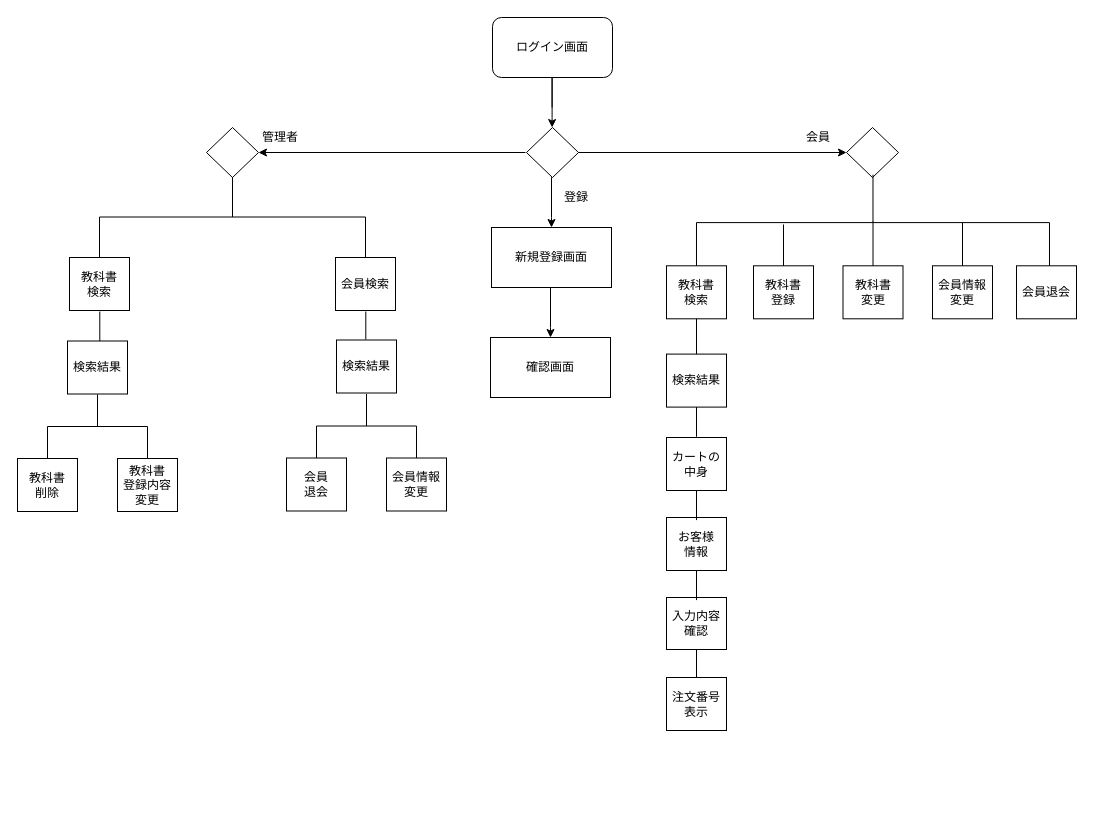
Earlier version of the draw.io diagram 画面遷移図.drawio (2022java42-student022/document). Source tidied: cells renumbered, new cells numbered last; positions are measured from the earlier drawing's top-left corner, leaving out a move shared by most shapes. Both pictures are drawn from the tidied source at 100%, with x=0, y=0 at pixel (17, 17).
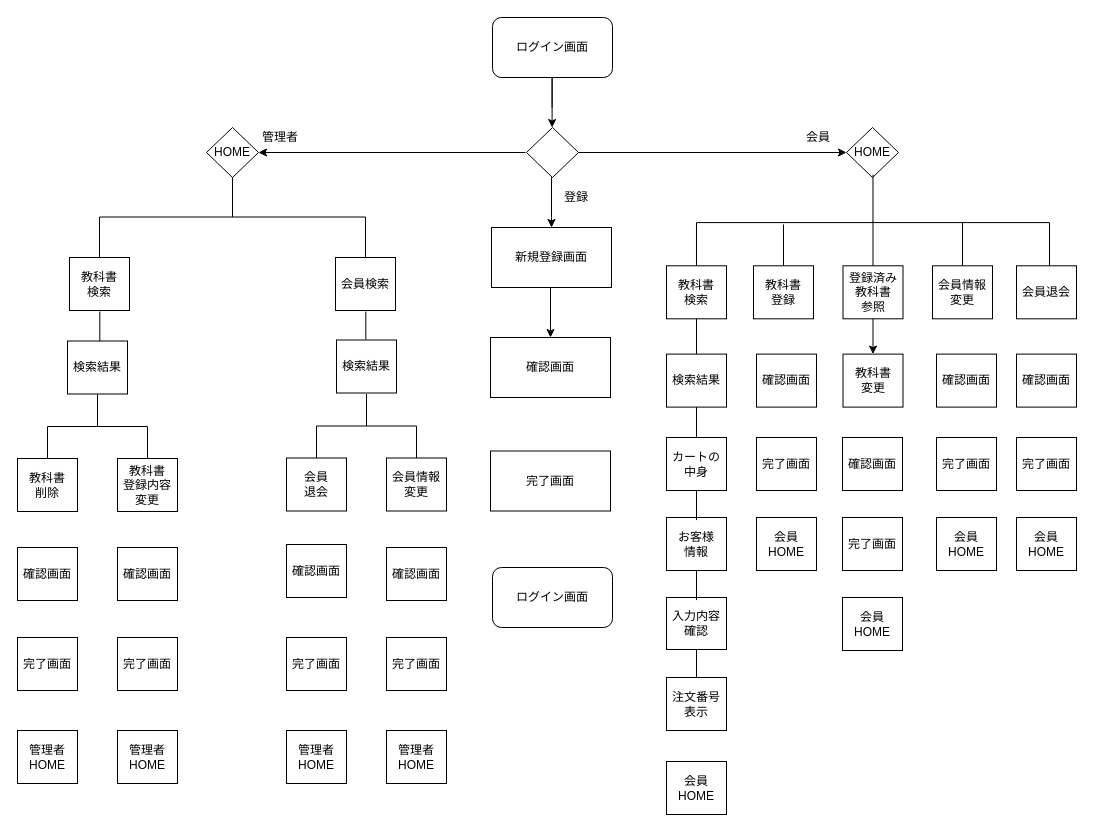
The same page after the edit.

The change refers to these unchanged cells:
```xml
<mxCell id="15" style="group;" parent="13" vertex="1">
  <mxGeometry x="-30" y="32" width="326" height="109.3" as="geometry" />
</mxCell>
```

Diff of the diagram source:
```diff
@@
-    <mxCell id="10" style="rhombus;whiteSpace=wrap;html=1;" parent="1" vertex="1">
+    <mxCell id="10" value="HOME" style="rhombus;whiteSpace=wrap;html=1;" parent="1" vertex="1">
       <mxGeometry x="829" y="110" width="52" height="50" as="geometry" />
     </mxCell>
-    <mxCell id="11" style="rhombus;whiteSpace=wrap;html=1;" parent="1" vertex="1">
+    <mxCell id="11" value="HOME" style="rhombus;whiteSpace=wrap;html=1;" parent="1" vertex="1">
       <mxGeometry x="189" y="110" width="52" height="50" as="geometry" />
     </mxCell>
@@
     <mxCell id="13" style="group;" parent="1" vertex="1">
-      <mxGeometry x="679" y="160" width="296" height="229.6" as="geometry" />
+      <mxGeometry x="679" y="160" width="300" height="229.6" as="geometry" />
     </mxCell>
@@
-    <mxCell id="21" value="教科書&lt;br&gt;変更" style="rounded=0;whiteSpace=wrap;html=1;sketch=0;strokeWidth=1;" parent="15" vertex="1">
-      <mxGeometry x="176.5" y="56.3" width="60" height="53" as="geometry" />
-    </mxCell>
@@
+    <mxCell id="55" value="登録済み&lt;br&gt;教科書&lt;br&gt;参照" style="rounded=0;whiteSpace=wrap;html=1;sketch=0;strokeWidth=1;" parent="15" vertex="1">
+      <mxGeometry x="176.5" y="56.3" width="60" height="53" as="geometry" />
+    </mxCell>
@@
+    <mxCell id="21" value="教科書&lt;br&gt;変更" style="rounded=0;whiteSpace=wrap;html=1;sketch=0;strokeWidth=1;" parent="13" vertex="1">
+      <mxGeometry x="146.5" y="176.6" width="60" height="53" as="geometry" />
+    </mxCell>
+    <mxCell id="56" style="edgeStyle=orthogonalEdgeStyle;rounded=0;jettySize=auto;html=1;exitX=0.5;exitY=1;exitDx=0;exitDy=0;entryX=0.5;entryY=0;entryDx=0;entryDy=0;" parent="13" edge="1" source="55" target="21">
+      <mxGeometry relative="1" as="geometry">
+        <Array as="points">
+          <mxPoint x="177" y="177" />
+          <mxPoint x="177" y="177" />
+        </Array>
+      </mxGeometry>
+    </mxCell>
+    <mxCell id="57" value="確認画面" style="rounded=0;whiteSpace=wrap;html=1;sketch=0;strokeWidth=1;" parent="13" vertex="1">
+      <mxGeometry x="60" y="176.6" width="60" height="53" as="geometry" />
+    </mxCell>
+    <mxCell id="58" value="確認画面" style="rounded=0;whiteSpace=wrap;html=1;sketch=0;strokeWidth=1;" parent="13" vertex="1">
+      <mxGeometry x="240" y="176.6" width="60" height="53" as="geometry" />
+    </mxCell>
@@
+    <mxCell id="59" value="完了画面" style="rounded=0;whiteSpace=wrap;html=1;sketch=0;strokeWidth=1;" parent="1" vertex="1">
+      <mxGeometry x="739" y="420" width="60" height="53" as="geometry" />
+    </mxCell>
+    <mxCell id="60" value="完了画面" style="rounded=0;whiteSpace=wrap;html=1;sketch=0;strokeWidth=1;" parent="1" vertex="1">
+      <mxGeometry x="919" y="420" width="60" height="53" as="geometry" />
+    </mxCell>
+    <mxCell id="61" value="完了画面" style="rounded=0;whiteSpace=wrap;html=1;sketch=0;strokeWidth=1;" parent="1" vertex="1">
+      <mxGeometry x="825" y="500" width="60" height="53" as="geometry" />
+    </mxCell>
+    <mxCell id="62" value="確認画面" style="rounded=0;whiteSpace=wrap;html=1;sketch=0;strokeWidth=1;" parent="1" vertex="1">
+      <mxGeometry x="825" y="420" width="60" height="53" as="geometry" />
+    </mxCell>
+    <mxCell id="63" value="確認画面" style="rounded=0;whiteSpace=wrap;html=1;sketch=0;strokeWidth=1;" parent="1" vertex="1">
+      <mxGeometry x="999" y="336.6" width="60" height="53" as="geometry" />
+    </mxCell>
+    <mxCell id="64" value="確認画面" style="rounded=0;whiteSpace=wrap;html=1;sketch=0;strokeWidth=1;" parent="1" vertex="1">
+      <mxGeometry x="269" y="527" width="60" height="53" as="geometry" />
+    </mxCell>
+    <mxCell id="65" value="確認画面" style="rounded=0;whiteSpace=wrap;html=1;sketch=0;strokeWidth=1;" parent="1" vertex="1">
+      <mxGeometry x="369" y="530" width="60" height="53" as="geometry" />
+    </mxCell>
+    <mxCell id="66" value="確認画面" style="rounded=0;whiteSpace=wrap;html=1;sketch=0;strokeWidth=1;" parent="1" vertex="1">
+      <mxGeometry x="100" y="530" width="60" height="53" as="geometry" />
+    </mxCell>
+    <mxCell id="67" value="確認画面" style="rounded=0;whiteSpace=wrap;html=1;sketch=0;strokeWidth=1;" parent="1" vertex="1">
+      <mxGeometry y="530" width="60" height="53" as="geometry" />
+    </mxCell>
+    <mxCell id="68" value="完了画面" style="rounded=0;whiteSpace=wrap;html=1;sketch=0;strokeWidth=1;" parent="1" vertex="1">
+      <mxGeometry y="620" width="60" height="53" as="geometry" />
+    </mxCell>
+    <mxCell id="69" value="完了画面" style="rounded=0;whiteSpace=wrap;html=1;sketch=0;strokeWidth=1;" parent="1" vertex="1">
+      <mxGeometry x="100" y="620" width="60" height="53" as="geometry" />
+    </mxCell>
+    <mxCell id="70" value="完了画面" style="rounded=0;whiteSpace=wrap;html=1;sketch=0;strokeWidth=1;" parent="1" vertex="1">
+      <mxGeometry x="269" y="620" width="60" height="53" as="geometry" />
+    </mxCell>
+    <mxCell id="71" value="完了画面" style="rounded=0;whiteSpace=wrap;html=1;sketch=0;strokeWidth=1;" parent="1" vertex="1">
+      <mxGeometry x="369" y="620" width="60" height="53" as="geometry" />
+    </mxCell>
+    <mxCell id="72" value="完了画面" style="rounded=0;whiteSpace=wrap;html=1;sketch=0;strokeWidth=1;" parent="1" vertex="1">
+      <mxGeometry x="999" y="420" width="60" height="53" as="geometry" />
+    </mxCell>
+    <mxCell id="73" value="完了画面" style="rounded=0;whiteSpace=wrap;html=1;" parent="1" vertex="1">
+      <mxGeometry x="473" y="433.5" width="120" height="60" as="geometry" />
+    </mxCell>
+    <mxCell id="74" value="会員&lt;br&gt;HOME" style="rounded=0;whiteSpace=wrap;html=1;sketch=0;strokeWidth=1;" parent="1" vertex="1">
+      <mxGeometry x="649" y="744" width="60" height="53" as="geometry" />
+    </mxCell>
+    <mxCell id="75" value="会員&lt;br&gt;HOME" style="rounded=0;whiteSpace=wrap;html=1;sketch=0;strokeWidth=1;" parent="1" vertex="1">
+      <mxGeometry x="739" y="500" width="60" height="53" as="geometry" />
+    </mxCell>
+    <mxCell id="76" value="会員&lt;br&gt;HOME" style="rounded=0;whiteSpace=wrap;html=1;sketch=0;strokeWidth=1;" parent="1" vertex="1">
+      <mxGeometry x="825" y="580" width="60" height="53" as="geometry" />
+    </mxCell>
+    <mxCell id="77" value="会員&lt;br&gt;HOME" style="rounded=0;whiteSpace=wrap;html=1;sketch=0;strokeWidth=1;" parent="1" vertex="1">
+      <mxGeometry x="919" y="500" width="60" height="53" as="geometry" />
+    </mxCell>
+    <mxCell id="78" value="会員&lt;br&gt;HOME" style="rounded=0;whiteSpace=wrap;html=1;sketch=0;strokeWidth=1;" parent="1" vertex="1">
+      <mxGeometry x="999" y="500" width="60" height="53" as="geometry" />
+    </mxCell>
+    <mxCell id="79" value="管理者&lt;br&gt;HOME" style="rounded=0;whiteSpace=wrap;html=1;sketch=0;strokeWidth=1;" parent="1" vertex="1">
+      <mxGeometry x="369" y="713" width="60" height="53" as="geometry" />
+    </mxCell>
+    <mxCell id="80" value="管理者&lt;br&gt;HOME" style="rounded=0;whiteSpace=wrap;html=1;sketch=0;strokeWidth=1;" parent="1" vertex="1">
+      <mxGeometry x="269" y="713" width="60" height="53" as="geometry" />
+    </mxCell>
+    <mxCell id="81" value="管理者&lt;br&gt;HOME" style="rounded=0;whiteSpace=wrap;html=1;sketch=0;strokeWidth=1;" parent="1" vertex="1">
+      <mxGeometry x="100" y="713" width="60" height="53" as="geometry" />
+    </mxCell>
+    <mxCell id="82" value="管理者&lt;br&gt;HOME" style="rounded=0;whiteSpace=wrap;html=1;sketch=0;strokeWidth=1;" parent="1" vertex="1">
+      <mxGeometry y="713" width="60" height="53" as="geometry" />
+    </mxCell>
+    <mxCell id="83" value="ログイン画面" style="rounded=1;whiteSpace=wrap;html=1;" parent="1" vertex="1">
+      <mxGeometry x="475" y="550" width="120" height="60" as="geometry" />
+    </mxCell>
```
